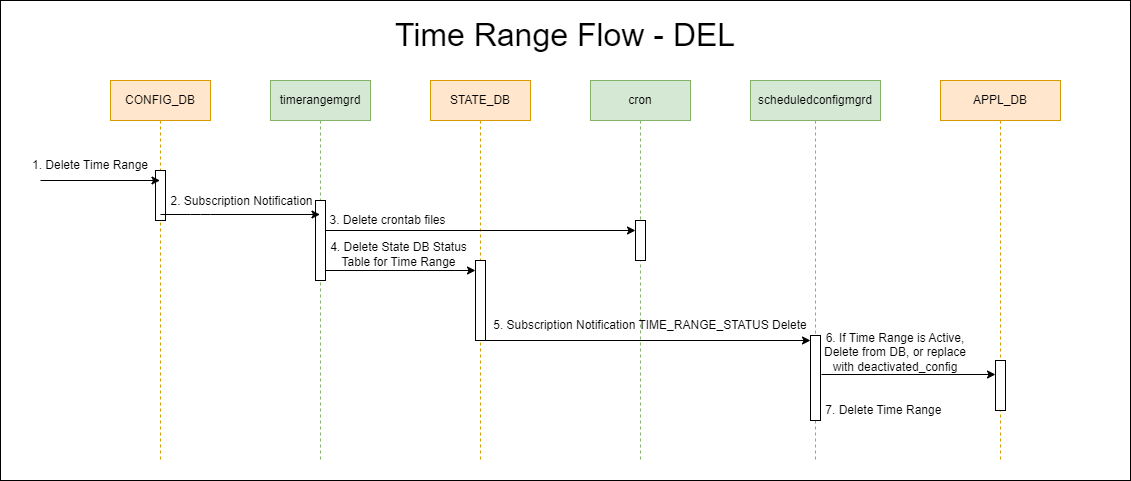
sonic-net/SONiC keeps this draw.io diagram as doc/scheduled-configurations/images/time-range-flow-del.png. Above is the earlier version. Source tidied: cells renumbered, new cells last; positions are measured from the earlier drawing's top-left corner, leaving out a move shared by most shapes.
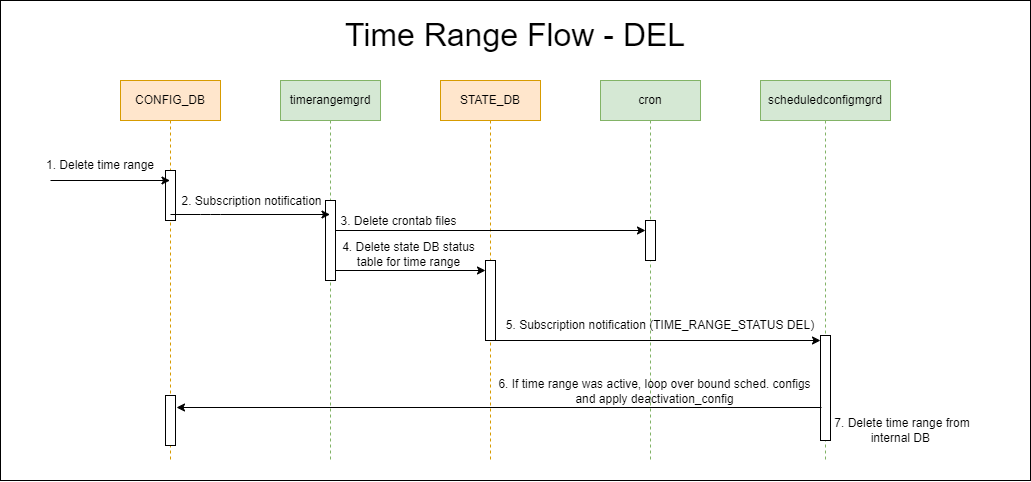
The same file after the commit.

Diff of the diagram source:
```diff
@@ -3,7 +3,7 @@
     <mxCell id="0" />
     <mxCell id="1" parent="0" />
     <mxCell id="2" style="rounded=0;whiteSpace=wrap;html=1;" parent="1" vertex="1">
-      <mxGeometry width="1130" height="480" as="geometry" />
+      <mxGeometry x="-10" width="1030" height="480" as="geometry" />
     </mxCell>
     <mxCell id="3" value="CONFIG_DB" style="shape=umlLifeline;perimeter=lifelinePerimeter;whiteSpace=wrap;html=1;outlineConnect=0;fillColor=#ffe6cc;strokeColor=#d79b00;" parent="1" vertex="1">
       <mxGeometry x="110" y="80" width="100" height="380" as="geometry" />
@@ -11,8 +11,11 @@
     <mxCell id="4" style="html=1;perimeter=orthogonalPerimeter;" parent="3" vertex="1">
       <mxGeometry x="45" y="90" width="10" height="50" as="geometry" />
     </mxCell>
+    <mxCell id="29" style="html=1;perimeter=orthogonalPerimeter;" parent="3" vertex="1">
+      <mxGeometry x="45" y="315" width="10" height="50" as="geometry" />
+    </mxCell>
     <mxCell id="5" value="&lt;font style=&quot;font-size: 32px;&quot;&gt;Time Range Flow - DEL&lt;/font&gt;" style="text;html=1;strokeColor=none;fillColor=none;align=center;verticalAlign=middle;whiteSpace=wrap;rounded=0;" parent="1" vertex="1">
-      <mxGeometry x="365" y="20" width="400" height="30" as="geometry" />
+      <mxGeometry x="305" y="20" width="400" height="30" as="geometry" />
     </mxCell>
     <mxCell id="6" value="timerangemgrd" style="shape=umlLifeline;perimeter=lifelinePerimeter;whiteSpace=wrap;html=1;fillColor=#d5e8d4;strokeColor=#82b366;" parent="1" vertex="1">
       <mxGeometry x="270" y="80" width="100" height="380" as="geometry" />
@@ -49,21 +52,15 @@
         </Array>
       </mxGeometry>
     </mxCell>
-    <mxCell id="14" value="2. Subscription Notification" style="edgeLabel;html=1;align=center;verticalAlign=middle;fontSize=12;" parent="13" vertex="1">
+    <mxCell id="14" value="2. Subscription notification" style="edgeLabel;html=1;align=center;verticalAlign=middle;fontSize=12;" parent="13" vertex="1">
       <mxGeometry x="-0.36" y="-1" relative="1" as="geometry">
         <mxPoint x="29" y="-15" as="offset" />
       </mxGeometry>
     </mxCell>
-    <mxCell id="15" value="1. Delete Time Range" style="text;html=1;strokeColor=none;fillColor=none;align=center;verticalAlign=middle;whiteSpace=wrap;rounded=0;" parent="1" vertex="1">
+    <mxCell id="15" value="1. Delete time range" style="text;html=1;strokeColor=none;fillColor=none;align=center;verticalAlign=middle;whiteSpace=wrap;rounded=0;" parent="1" vertex="1">
       <mxGeometry x="30" y="150" width="120" height="30" as="geometry" />
     </mxCell>
-    <mxCell id="16" value="APPL_DB" style="shape=umlLifeline;perimeter=lifelinePerimeter;whiteSpace=wrap;html=1;fillColor=#ffe6cc;strokeColor=#d79b00;" parent="1" vertex="1">
-      <mxGeometry x="940" y="80" width="120" height="380" as="geometry" />
-    </mxCell>
-    <mxCell id="17" style="html=1;perimeter=orthogonalPerimeter;" parent="16" vertex="1">
-      <mxGeometry x="55" y="280" width="10" height="50" as="geometry" />
-    </mxCell>
-    <mxCell id="18" value="&lt;span style=&quot;background-color: rgb(255, 255, 255);&quot;&gt;4. Delete State DB Status Table for Time Range&lt;/span&gt;" style="text;html=1;strokeColor=none;fillColor=none;align=center;verticalAlign=middle;whiteSpace=wrap;rounded=0;" parent="1" vertex="1">
+    <mxCell id="18" value="&lt;span style=&quot;background-color: rgb(255, 255, 255);&quot;&gt;4. Delete state DB status table for time range&lt;/span&gt;" style="text;html=1;strokeColor=none;fillColor=none;align=center;verticalAlign=middle;whiteSpace=wrap;rounded=0;" parent="1" vertex="1">
       <mxGeometry x="320.5" y="239" width="155" height="30" as="geometry" />
     </mxCell>
     <mxCell id="19" style="html=1;perimeter=orthogonalPerimeter;" parent="1" vertex="1">
@@ -82,11 +79,8 @@
       <mxGeometry x="750" y="80" width="130" height="380" as="geometry" />
     </mxCell>
     <mxCell id="23" style="html=1;perimeter=orthogonalPerimeter;" parent="22" vertex="1">
-      <mxGeometry x="60" y="255" width="10" height="85" as="geometry" />
+      <mxGeometry x="60" y="255" width="10" height="105" as="geometry" />
     </mxCell>
-    <mxCell id="24" value="7. Delete Time Range&amp;nbsp;" style="text;html=1;strokeColor=none;fillColor=none;align=center;verticalAlign=middle;whiteSpace=wrap;rounded=0;" parent="22" vertex="1">
-      <mxGeometry x="60" y="320" width="150" height="20" as="geometry" />
-    </mxCell>
     <mxCell id="25" style="edgeStyle=none;html=1;exitX=0.1;exitY=0.088;exitDx=0;exitDy=0;exitPerimeter=0;" parent="1" edge="1">
       <mxGeometry relative="1" as="geometry">
         <mxPoint x="485" y="340" as="sourcePoint" />
@@ -95,15 +89,18 @@
     </mxCell>
     <mxCell id="26" style="edgeStyle=none;html=1;exitX=0.1;exitY=0.088;exitDx=0;exitDy=0;exitPerimeter=0;" parent="1" edge="1">
       <mxGeometry relative="1" as="geometry">
-        <mxPoint x="821" y="374" as="sourcePoint" />
-        <mxPoint x="995" y="374" as="targetPoint" />
+        <mxPoint x="811" y="407" as="sourcePoint" />
+        <mxPoint x="166" y="407" as="targetPoint" />
       </mxGeometry>
     </mxCell>
-    <mxCell id="27" value="6. If Time Range is Active, Delete from DB, or replace with deactivated_config" style="text;html=1;strokeColor=none;fillColor=none;align=center;verticalAlign=middle;whiteSpace=wrap;rounded=0;" parent="1" vertex="1">
-      <mxGeometry x="820" y="342" width="150" height="20" as="geometry" />
+    <mxCell id="27" value="6. If time range was active, loop over bound sched. configs and apply deactivation_config" style="text;html=1;strokeColor=none;fillColor=none;align=center;verticalAlign=middle;whiteSpace=wrap;rounded=0;" parent="1" vertex="1">
+      <mxGeometry x="480" y="381" width="329" height="20" as="geometry" />
     </mxCell>
-    <mxCell id="28" value="5. Subscription Notification TIME_RANGE_STATUS Delete" style="text;html=1;strokeColor=none;fillColor=none;align=center;verticalAlign=middle;whiteSpace=wrap;rounded=0;" parent="1" vertex="1">
+    <mxCell id="28" value="5. Subscription notification (TIME_RANGE_STATUS DEL)" style="text;html=1;strokeColor=none;fillColor=none;align=center;verticalAlign=middle;whiteSpace=wrap;rounded=0;" parent="1" vertex="1">
       <mxGeometry x="490" y="310" width="320" height="30" as="geometry" />
     </mxCell>
+    <mxCell id="24" value="7. Delete time range from internal DB&amp;nbsp;" style="text;html=1;strokeColor=none;fillColor=none;align=center;verticalAlign=middle;whiteSpace=wrap;rounded=0;" parent="1" vertex="1">
+      <mxGeometry x="817" y="420" width="150" height="20" as="geometry" />
+    </mxCell>
   </root>
 </mxGraphModel>
```
